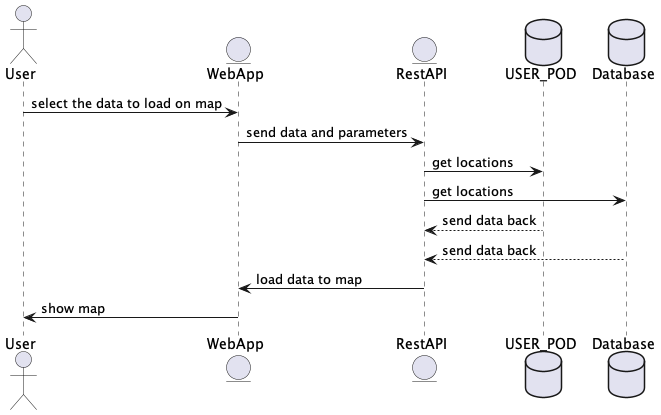
This is images/Map diagram.png from Arquisoft/lomap_es5c, a PlantUML export, as it was before one commit. Its diagram source:
```plantuml
@startuml
actor User
entity EntityWeb as "WebApp"
entity EntityRest as "RestAPI"
database Pod as "USER_POD"
database Mongo as "Database"

User -> EntityWeb: select the data to load on map
EntityWeb -> EntityRest: send data and parameters
EntityRest -> Pod: get locations
EntityRest -> Mongo: get locations
Pod --> EntityRest: send data back
Mongo --> EntityRest: send data back
EntityRest -> EntityWeb: load data to map
EntityWeb -> User: show map
@enduml
```
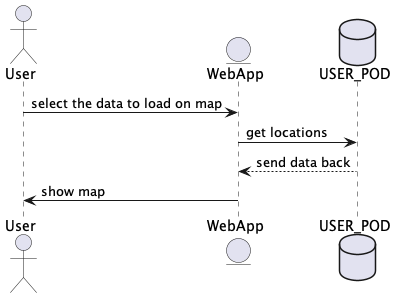
After the change.

Diff of the diagram source:
```diff
@@ -1,16 +1,10 @@
 @startuml
 actor User
 entity EntityWeb as "WebApp"
-entity EntityRest as "RestAPI"
 database Pod as "USER_POD"
-database Mongo as "Database"
 
 User -> EntityWeb: select the data to load on map
-EntityWeb -> EntityRest: send data and parameters
-EntityRest -> Pod: get locations
-EntityRest -> Mongo: get locations
-Pod --> EntityRest: send data back
-Mongo --> EntityRest: send data back
-EntityRest -> EntityWeb: load data to map
+EntityWeb -> Pod: get locations
+Pod --> EntityWeb: send data back
 EntityWeb -> User: show map
 @enduml
```
